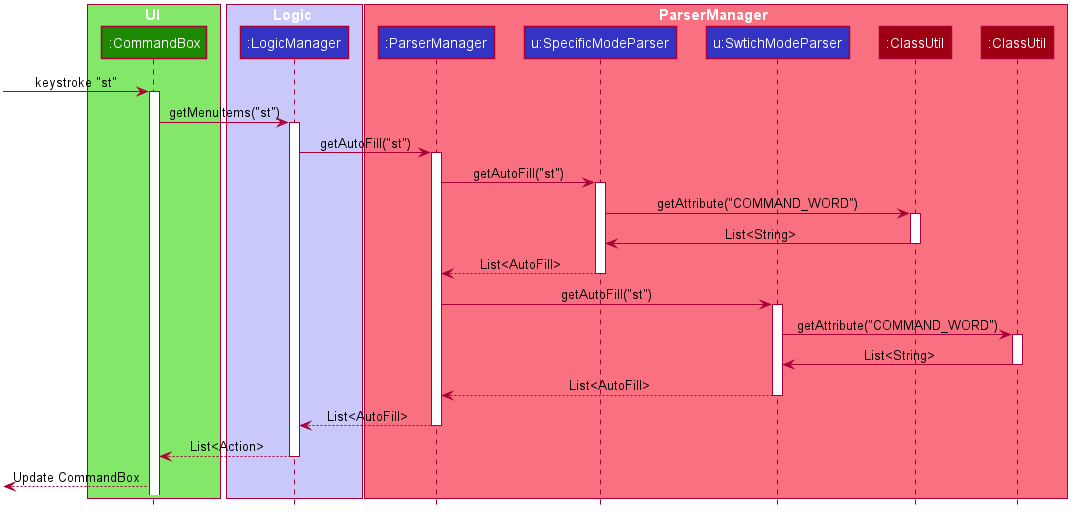
AY1920S1-CS2103T-T11-2/main keeps this PlantUML diagram as images/AutoCompleteSequenceDiagram.png. Above is the earlier version. Source of this version:
```plantuml
@startuml









skinparam BackgroundColor #FFFFFFF

skinparam Shadowing false

skinparam Class {
    FontColor #FFFFFF
    BorderThickness 1
    BorderColor #FFFFFF
    StereotypeFontColor #FFFFFF
    FontName Arial
}

skinparam Actor {
    BorderColor #000000
    Color #000000
    FontName Arial
}

skinparam Sequence {
    MessageAlign center
    BoxFontSize 15
    BoxPadding 0
    BoxFontColor #FFFFFF
    FontName Arial
}

skinparam Participant {
    FontColor #FFFFFFF
    Padding 20
}

skinparam MinClassWidth 50
skinparam ParticipantPadding 10
skinparam Shadowing false
skinparam DefaultTextAlignment center
skinparam packageStyle Rectangle

hide footbox
hide members
hide circle

box UI #83E769
participant ":CommandBox" as CommandBox #1D8900
end box

box Logic #C8C8FA
participant ":LogicManager" as LogicManager #3333C4
end box


box ParserManager #F97181
participant ":ParserManager" as ParserManager #3333C4
participant "u:SpecificModeParser" as SpecificModeParser #3333C4
participant "u:SwtichModeParser" as SwitchModeParser #3333C4
participant ":ClassUtil" as ClassUtil2 #9D0012
participant ":ClassUtil" as ClassUtil #9D0012
end box




[-> CommandBox : keystroke "st"
activate CommandBox

CommandBox -> LogicManager : getMenuItems("st")

activate LogicManager

LogicManager -> ParserManager : getAutoFill("st")
activate ParserManager


ParserManager -> SpecificModeParser : getAutoFill("st")
activate SpecificModeParser

SpecificModeParser -> ClassUtil2 : getAttribute("COMMAND_WORD")
activate ClassUtil2
ClassUtil2 -> SpecificModeParser : List<String>
deactivate ClassUtil2

SpecificModeParser --> ParserManager : List<AutoFill>
deactivate SpecificModeParser

ParserManager -> SwitchModeParser : getAutoFill("st")
activate SwitchModeParser

SwitchModeParser -> ClassUtil : getAttribute("COMMAND_WORD")
activate ClassUtil
ClassUtil -> SwitchModeParser : List<String>
deactivate ClassUtil

SwitchModeParser --> ParserManager : List<AutoFill>
deactivate SwitchModeParser

ParserManager --> LogicManager : List<AutoFill>
deactivate ParserManager

LogicManager --> CommandBox : List<Action>
deactivate LogicManager



[<--CommandBox : Update CommandBox

@enduml
```
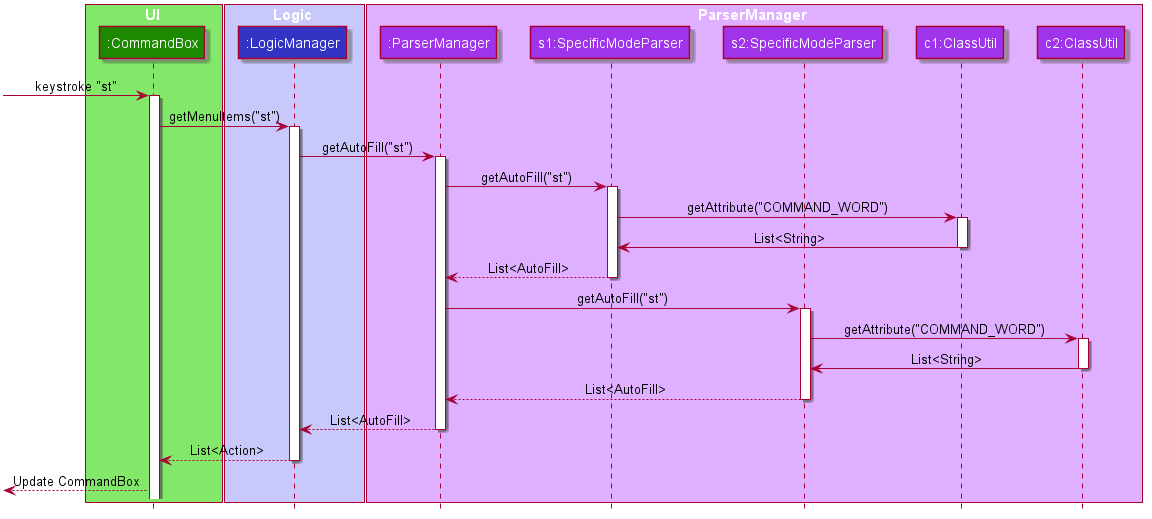
After the change.

What changed in the source:
```diff
@@ -1,4 +1,8 @@
 @startuml
+
+
+
+
 
 
 
@@ -15,9 +19,10 @@
 skinparam Class {
     FontColor #FFFFFF
     BorderThickness 1
-    BorderColor #FFFFFF
+    BorderColor #000000
     StereotypeFontColor #FFFFFF
     FontName Arial
+    AttributeFontColor #FFFFFF
 }
 
 skinparam Actor {
@@ -41,13 +46,15 @@
 
 skinparam MinClassWidth 50
 skinparam ParticipantPadding 10
-skinparam Shadowing false
+skinparam Shadowing true
 skinparam DefaultTextAlignment center
 skinparam packageStyle Rectangle
+skinparam classAttributeIconSize 0
 
 hide footbox
 hide members
 hide circle
+hide empty members
 
 box UI #83E769
 participant ":CommandBox" as CommandBox #1D8900
@@ -57,16 +64,13 @@
 participant ":LogicManager" as LogicManager #3333C4
 end box
 
-
-box ParserManager #F97181
-participant ":ParserManager" as ParserManager #3333C4
-participant "u:SpecificModeParser" as SpecificModeParser #3333C4
-participant "u:SwtichModeParser" as SwitchModeParser #3333C4
-participant ":ClassUtil" as ClassUtil2 #9D0012
-participant ":ClassUtil" as ClassUtil #9D0012
+box ParserManager #DFB0FF
+participant ":ParserManager" as ParserManager #A034EB
+participant "s1:SpecificModeParser" as SpecificModeParser #A034EB
+participant "s2:SpecificModeParser" as SwitchModeParser #A034EB
+participant "c1:ClassUtil" as ClassUtil2 #A034EB
+participant "c2:ClassUtil" as ClassUtil #A034EB
 end box
-
-
 
 
 [-> CommandBox : keystroke "st"
```
